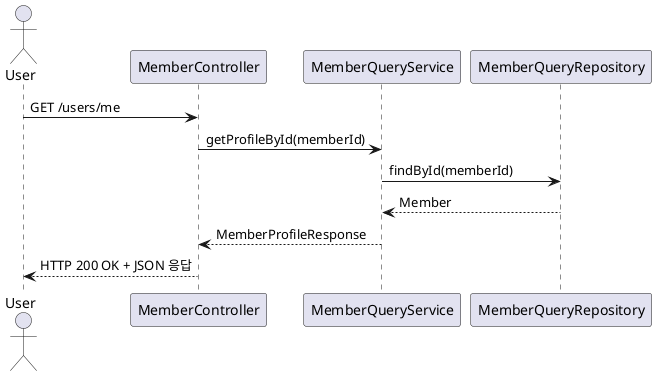
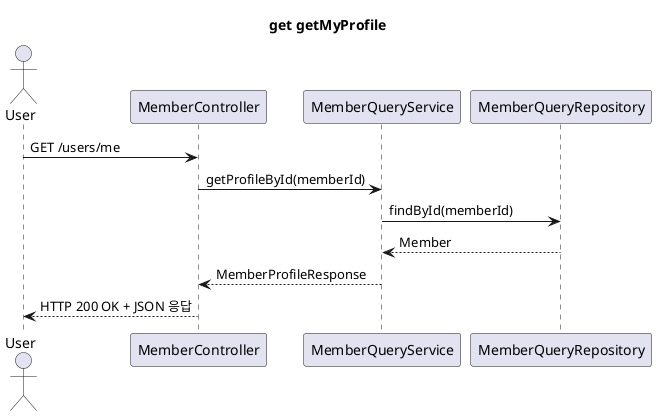
@startuml
+ title get getMyProfile
+ 
actor User
participant MemberController
participant MemberQueryService
participant MemberQueryRepository

User -> MemberController : GET /users/me
MemberController -> MemberQueryService : getProfileById(memberId)

MemberQueryService -> MemberQueryRepository : findById(memberId)
MemberQueryRepository --> MemberQueryService : Member


MemberQueryService --> MemberController : MemberProfileResponse
MemberController --> User : HTTP 200 OK + JSON 응답
@enduml